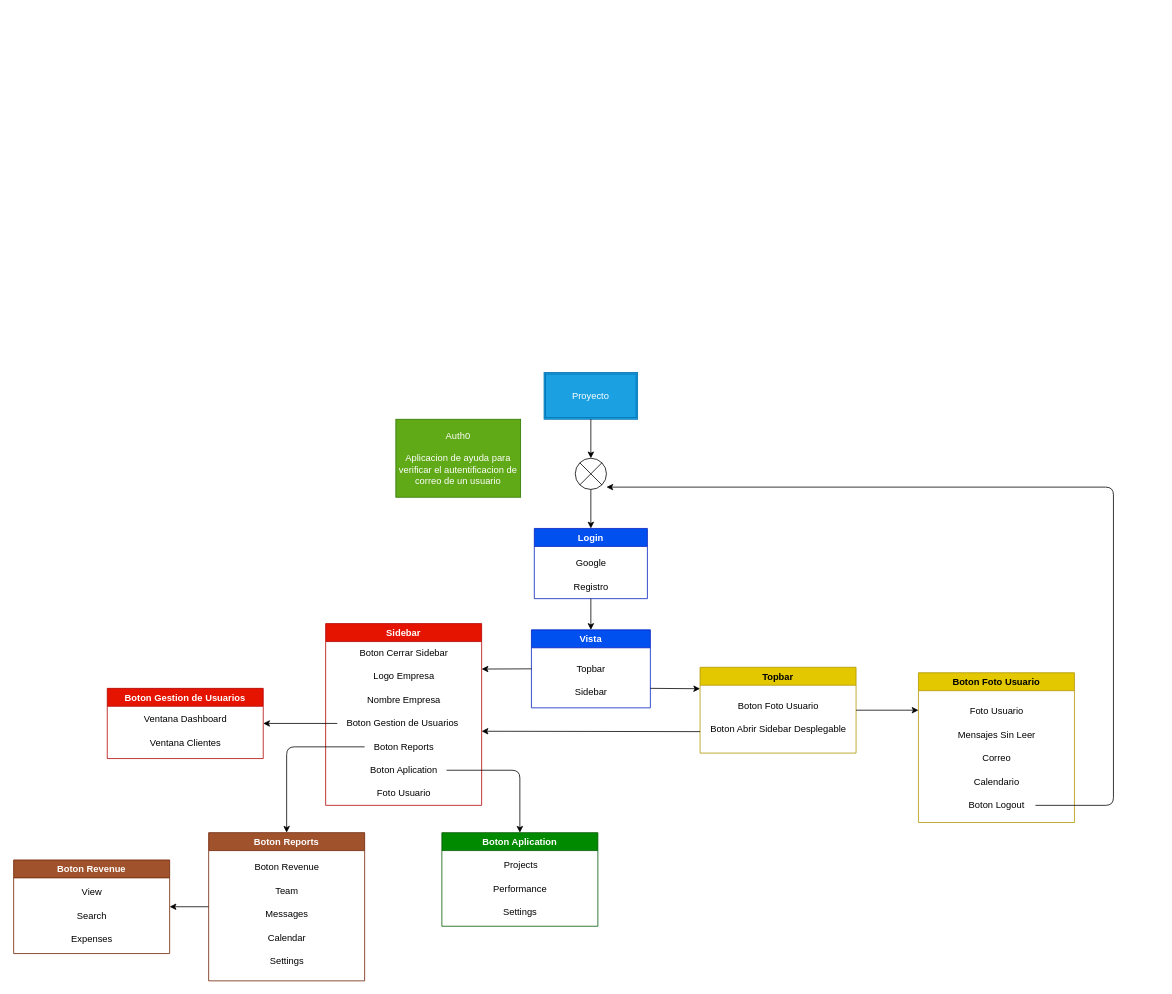
This is OneDrive/Escritorio/proyecto-cmd/Mapa/Estructura.drawio from blue1708/proyecto-crm, a draw.io file, before an edit. Source tidied: cells renumbered, new cells numbered last; positions are measured from the earlier drawing's top-left corner, leaving out a move shared by most shapes. Both pictures are drawn from the tidied source at 78%, with x=0, y=0 at pixel (13, 372).
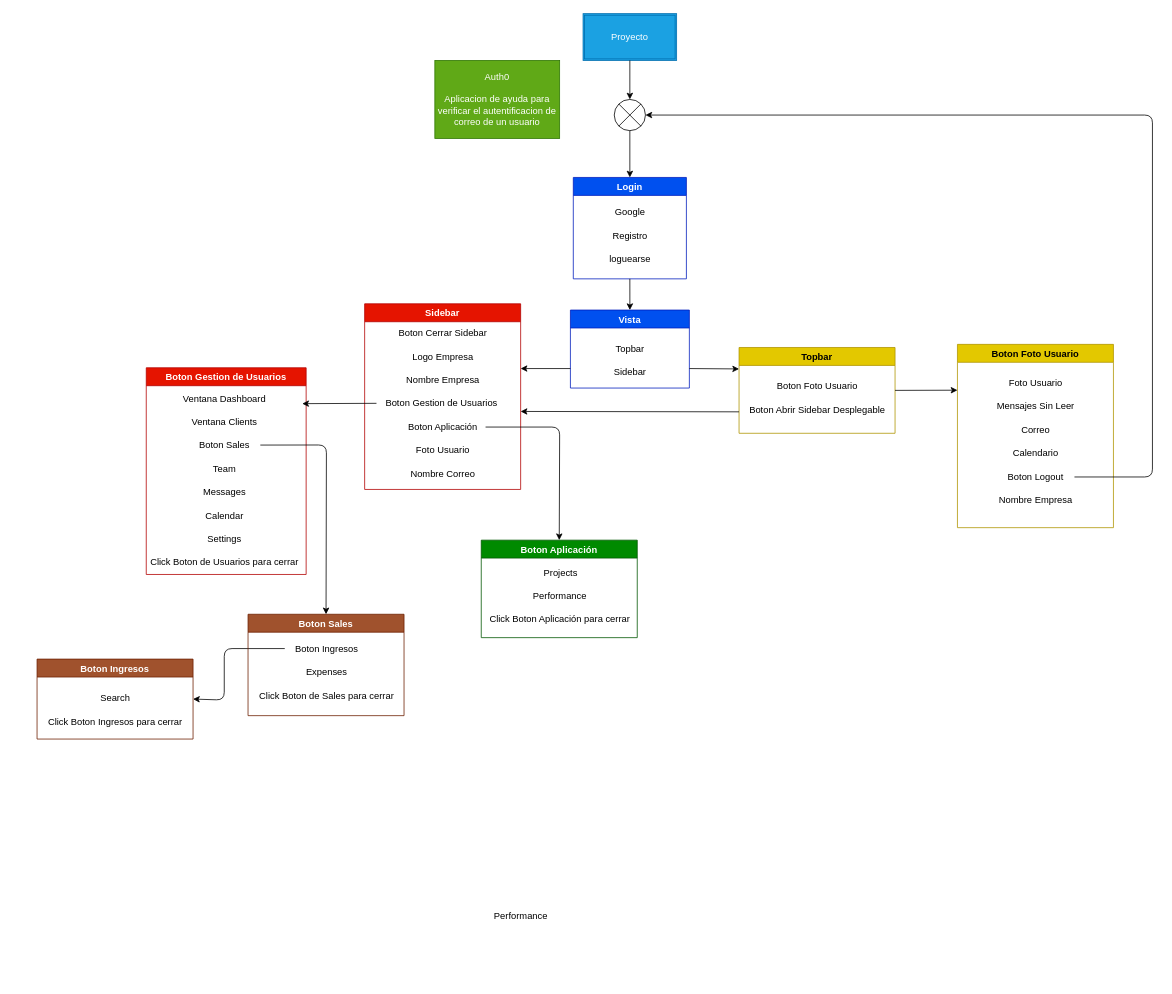
Above is the later version.

Unchanged cells that the change refers to:
```xml
<mxCell id="20" value="Boton Gestion de Usuarios&amp;nbsp;" style="text;html=1;align=center;verticalAlign=middle;points=[];strokeColor=none;fillColor=none;" parent="17" vertex="1">
  <mxGeometry x="15" y="113" width="170" height="30" as="geometry" />
</mxCell>
<mxCell id="32" value="Boton Logout" style="text;html=1;align=center;verticalAlign=middle;points=[];strokeColor=none;fillColor=none;" parent="27" vertex="1">
  <mxGeometry x="50" y="155" width="100" height="30" as="geometry" />
</mxCell>
```

What changed in the source:
```diff
@@
     <mxCell id="2" style="shape=sumEllipse;perimeter=ellipsePerimeter;whiteSpace=wrap;html=1;backgroundOutline=1;" parent="1" vertex="1">
-      <mxGeometry x="720" y="110" width="40" height="40" as="geometry" />
+      <mxGeometry x="770" y="-350" width="40" height="40" as="geometry" />
     </mxCell>
     <mxCell id="3" value="Proyecto" style="shape=ext;double=1;rounded=0;whiteSpace=wrap;html=1;fillColor=#1ba1e2;fontColor=#ffffff;strokeColor=#006EAF;" parent="1" vertex="1">
-      <mxGeometry x="680" width="120" height="60" as="geometry" />
+      <mxGeometry x="730" y="-460" width="120" height="60" as="geometry" />
     </mxCell>
-    <mxCell id="4" style="endArrow=classic;html=1;entryX=0.5;entryY=0;entryDx=0;entryDy=0;" parent="1" edge="1" source="3" target="2">
-      <mxGeometry relative="1" as="geometry" />
+    <mxCell id="4" style="endArrow=classic;html=1;entryX=0.5;entryY=0;entryDx=0;entryDy=0;" parent="1" edge="1" target="2">
+      <mxGeometry relative="1" as="geometry">
+        <mxPoint x="790" y="-400" as="sourcePoint" />
+      </mxGeometry>
     </mxCell>
     <mxCell id="5" value="Login" style="swimlane;fillColor=#0050ef;fontColor=#ffffff;strokeColor=#001DBC;startSize=23;" parent="1" vertex="1">
-      <mxGeometry x="667.5" y="200" width="145" height="90" as="geometry" />
+      <mxGeometry x="717.5" y="-250" width="145" height="130" as="geometry" />
     </mxCell>
@@
+    <mxCell id="57" value="loguearse" style="text;html=1;align=center;verticalAlign=middle;strokeColor=none;fillColor=none;" parent="5" vertex="1">
+      <mxGeometry x="32.5" y="90" width="80" height="30" as="geometry" />
+    </mxCell>
@@
     <mxCell id="9" value="Vista" style="swimlane;fillColor=#0050ef;fontColor=#ffffff;strokeColor=#001DBC;" parent="1" vertex="1">
-      <mxGeometry x="663.8" y="330" width="152.5" height="100" as="geometry" />
+      <mxGeometry x="713.8" y="-80" width="152.5" height="100" as="geometry" />
     </mxCell>
@@
     <mxCell id="12" value="Auth0&lt;br&gt;&lt;br&gt;Aplicacion de ayuda para verificar el autentificacion de correo de un usuario" style="rounded=0;whiteSpace=wrap;html=1;fillColor=#60a917;fontColor=#ffffff;strokeColor=#2D7600;" parent="1" vertex="1">
-      <mxGeometry x="490" y="60" width="160" height="100" as="geometry" />
+      <mxGeometry x="540" y="-400" width="160" height="100" as="geometry" />
     </mxCell>
     <mxCell id="13" value="Sidebar" style="text;html=1;align=center;verticalAlign=middle;strokeColor=none;fillColor=none;" parent="1" vertex="1">
-      <mxGeometry x="705" y="395" width="70" height="30" as="geometry" />
+      <mxGeometry x="755" y="-15" width="70" height="30" as="geometry" />
     </mxCell>
     <mxCell id="14" value="Topbar" style="swimlane;fillColor=#e3c800;fontColor=#000000;strokeColor=#B09500;" parent="1" vertex="1">
-      <mxGeometry x="880" y="378" width="200" height="110" as="geometry" />
+      <mxGeometry x="930" y="-32" width="200" height="110" as="geometry" />
     </mxCell>
@@
     <mxCell id="17" value="Sidebar" style="swimlane;fillColor=#e51400;fontColor=#ffffff;strokeColor=#B20000;" parent="1" vertex="1">
-      <mxGeometry x="400" y="322" width="200" height="233" as="geometry" />
+      <mxGeometry x="450" y="-88" width="200" height="238" as="geometry" />
     </mxCell>
     <mxCell id="18" value="Foto Usuario" style="text;html=1;align=center;verticalAlign=middle;strokeColor=none;fillColor=none;" parent="17" vertex="1">
-      <mxGeometry x="55" y="203" width="90" height="30" as="geometry" />
+      <mxGeometry x="55" y="173" width="90" height="30" as="geometry" />
     </mxCell>
@@
-    <mxCell id="21" value="Boton Reports" style="text;html=1;align=center;verticalAlign=middle;points=[];strokeColor=none;fillColor=none;" parent="17" vertex="1">
-      <mxGeometry x="50" y="143" width="100" height="30" as="geometry" />
-    </mxCell>
-    <mxCell id="22" value="Boton Aplication" style="text;html=1;align=center;verticalAlign=middle;points=[];strokeColor=none;fillColor=none;" parent="17" vertex="1">
-      <mxGeometry x="45" y="173" width="110" height="30" as="geometry" />
+    <mxCell id="22" value="Boton Aplicación" style="text;html=1;align=center;verticalAlign=middle;points=[];strokeColor=none;fillColor=none;" parent="17" vertex="1">
+      <mxGeometry x="45" y="143" width="110" height="30" as="geometry" />
     </mxCell>
@@
+    <mxCell id="58" value="Nombre Correo" style="text;html=1;align=center;verticalAlign=middle;strokeColor=none;fillColor=none;" parent="17" vertex="1">
+      <mxGeometry x="45" y="203" width="110" height="30" as="geometry" />
+    </mxCell>
-    <mxCell id="25" style="endArrow=classic;html=1;exitX=0;exitY=0.5;exitDx=0;exitDy=0;entryX=1;entryY=0.25;entryDx=0;entryDy=0;" parent="1" edge="1" source="9" target="17">
-      <mxGeometry relative="1" as="geometry" />
+    <mxCell id="25" style="endArrow=classic;html=1;exitX=0;exitY=0.75;exitDx=0;exitDy=0;" parent="1" edge="1" source="9">
+      <mxGeometry relative="1" as="geometry">
+        <mxPoint x="650" y="-5" as="targetPoint" />
+      </mxGeometry>
     </mxCell>
@@
     <mxCell id="27" value="Boton Foto Usuario" style="swimlane;fillColor=#e3c800;fontColor=#000000;strokeColor=#B09500;startSize=23;" parent="1" vertex="1">
-      <mxGeometry x="1160" y="385" width="200" height="192" as="geometry" />
+      <mxGeometry x="1210" y="-36" width="200" height="235" as="geometry" />
     </mxCell>
@@
+    <mxCell id="59" value="Nombre Empresa" style="text;html=1;align=center;verticalAlign=middle;strokeColor=none;fillColor=none;" parent="27" vertex="1">
+      <mxGeometry x="40" y="185" width="120" height="30" as="geometry" />
+    </mxCell>
@@
-    <mxCell id="34" style="edgeStyle=none;html=1;entryX=1;entryY=0.5;entryDx=0;entryDy=0;" parent="1" edge="1" source="32">
+    <mxCell id="34" style="edgeStyle=none;html=1;entryX=1;entryY=0.5;entryDx=0;entryDy=0;" parent="1" edge="1" source="32" target="2">
       <mxGeometry relative="1" as="geometry">
-        <mxPoint x="760" y="147" as="targetPoint" />
         <Array as="points">
-          <mxPoint x="1410" y="555" />
-          <mxPoint x="1410" y="147" />
+          <mxPoint x="1460" y="134" />
+          <mxPoint x="1460" y="-330" />
         </Array>
       </mxGeometry>
     </mxCell>
     <mxCell id="35" value="Boton Gestion de Usuarios" style="swimlane;fillColor=#e51400;fontColor=#ffffff;strokeColor=#B20000;" parent="1" vertex="1">
-      <mxGeometry x="120" y="405" width="200" height="90" as="geometry" />
+      <mxGeometry x="170" y="-6" width="205" height="265" as="geometry" />
     </mxCell>
@@
-    <mxCell id="37" value="Ventana Clientes" style="text;html=1;align=center;verticalAlign=middle;strokeColor=none;fillColor=none;" parent="35" vertex="1">
+    <mxCell id="37" value="Ventana Clients" style="text;html=1;align=center;verticalAlign=middle;strokeColor=none;fillColor=none;" parent="35" vertex="1">
       <mxGeometry x="45" y="55" width="110" height="30" as="geometry" />
     </mxCell>
+    <mxCell id="60" value="Boton Sales" style="text;html=1;align=center;verticalAlign=middle;points=[];strokeColor=none;fillColor=none;" parent="35" vertex="1">
+      <mxGeometry x="55" y="85" width="90" height="30" as="geometry" />
+    </mxCell>
+    <mxCell id="42" value="Team" style="text;html=1;align=center;verticalAlign=middle;strokeColor=none;fillColor=none;" parent="35" vertex="1">
+      <mxGeometry x="75" y="115" width="50" height="30" as="geometry" />
+    </mxCell>
+    <mxCell id="43" value="Messages" style="text;html=1;align=center;verticalAlign=middle;strokeColor=none;fillColor=none;" parent="35" vertex="1">
+      <mxGeometry x="60" y="145" width="80" height="30" as="geometry" />
+    </mxCell>
+    <mxCell id="44" value="Calendar" style="text;html=1;align=center;verticalAlign=middle;strokeColor=none;fillColor=none;" parent="35" vertex="1">
+      <mxGeometry x="65" y="175" width="70" height="30" as="geometry" />
+    </mxCell>
+    <mxCell id="45" value="Settings" style="text;html=1;align=center;verticalAlign=middle;strokeColor=none;fillColor=none;" parent="35" vertex="1">
+      <mxGeometry x="65" y="205" width="70" height="30" as="geometry" />
+    </mxCell>
+    <mxCell id="61" value="Click Boton de Usuarios para cerrar" style="text;html=1;align=center;verticalAlign=middle;strokeColor=none;fillColor=none;" parent="35" vertex="1">
+      <mxGeometry x="-5" y="235" width="210" height="30" as="geometry" />
+    </mxCell>
-    <mxCell id="38" style="edgeStyle=none;html=1;entryX=1;entryY=0.5;entryDx=0;entryDy=0;" parent="1" edge="1" source="20" target="35">
-      <mxGeometry relative="1" as="geometry" />
+    <mxCell id="38" style="edgeStyle=none;html=1;exitX=0.001;exitY=0.486;exitDx=0;exitDy=0;exitPerimeter=0;" parent="1" edge="1" source="20">
+      <mxGeometry relative="1" as="geometry">
+        <mxPoint x="370" y="40" as="targetPoint" />
+      </mxGeometry>
     </mxCell>
-    <mxCell id="39" style="edgeStyle=none;html=1;entryX=1;entryY=0.5;entryDx=0;entryDy=0;" parent="1" edge="1" source="40" target="47">
-      <mxGeometry relative="1" as="geometry" />
+    <mxCell id="39" style="edgeStyle=none;html=1;entryX=1;entryY=0.5;entryDx=0;entryDy=0;exitX=-0.029;exitY=0.467;exitDx=0;exitDy=0;exitPerimeter=0;" parent="1" edge="1" source="41" target="47">
+      <mxGeometry relative="1" as="geometry">
+        <Array as="points">
+          <mxPoint x="270" y="354" />
+          <mxPoint x="270" y="420" />
+        </Array>
+      </mxGeometry>
     </mxCell>
-    <mxCell id="40" value="Boton Reports" style="swimlane;fillColor=#a0522d;fontColor=#ffffff;strokeColor=#6D1F00;" parent="1" vertex="1">
-      <mxGeometry x="250" y="590" width="200" height="190" as="geometry" />
+    <mxCell id="40" value="Boton Sales" style="swimlane;fillColor=#a0522d;fontColor=#ffffff;strokeColor=#6D1F00;" parent="1" vertex="1">
+      <mxGeometry x="300.5" y="310" width="200" height="130" as="geometry" />
     </mxCell>
-    <mxCell id="41" value="Boton Revenue" style="text;html=1;align=center;verticalAlign=middle;points=[];strokeColor=none;fillColor=none;" parent="40" vertex="1">
-      <mxGeometry x="45" y="30" width="110" height="30" as="geometry" />
+    <mxCell id="41" value="Boton Ingresos" style="text;html=1;align=center;verticalAlign=middle;points=[];strokeColor=none;fillColor=none;" parent="40" vertex="1">
+      <mxGeometry x="50" y="30" width="100" height="30" as="geometry" />
     </mxCell>
-    <mxCell id="42" value="Team" style="text;html=1;align=center;verticalAlign=middle;strokeColor=none;fillColor=none;" parent="40" vertex="1">
-      <mxGeometry x="75" y="60" width="50" height="30" as="geometry" />
-    </mxCell>
-    <mxCell id="43" value="Messages" style="text;html=1;align=center;verticalAlign=middle;strokeColor=none;fillColor=none;" parent="40" vertex="1">
-      <mxGeometry x="60" y="90" width="80" height="30" as="geometry" />
-    </mxCell>
-    <mxCell id="44" value="Calendar" style="text;html=1;align=center;verticalAlign=middle;strokeColor=none;fillColor=none;" parent="40" vertex="1">
-      <mxGeometry x="65" y="120" width="70" height="30" as="geometry" />
-    </mxCell>
-    <mxCell id="45" value="Settings" style="text;html=1;align=center;verticalAlign=middle;strokeColor=none;fillColor=none;" parent="40" vertex="1">
-      <mxGeometry x="65" y="150" width="70" height="30" as="geometry" />
-    </mxCell>
+    <mxCell id="50" value="Expenses" style="text;html=1;align=center;verticalAlign=middle;strokeColor=none;fillColor=none;" parent="40" vertex="1">
+      <mxGeometry x="60" y="60" width="80" height="30" as="geometry" />
+    </mxCell>
+    <mxCell id="62" value="Click Boton de Sales para cerrar" style="text;html=1;align=center;verticalAlign=middle;strokeColor=none;fillColor=none;" parent="40" vertex="1">
+      <mxGeometry y="90" width="200" height="30" as="geometry" />
+    </mxCell>
-    <mxCell id="46" style="edgeStyle=none;html=1;entryX=0.5;entryY=0;entryDx=0;entryDy=0;" parent="1" edge="1" source="21" target="40">
+    <mxCell id="46" style="edgeStyle=none;html=1;entryX=0.5;entryY=0;entryDx=0;entryDy=0;exitX=1.014;exitY=0.47;exitDx=0;exitDy=0;exitPerimeter=0;" parent="1" edge="1" source="60" target="40">
       <mxGeometry relative="1" as="geometry">
         <Array as="points">
-          <mxPoint x="350" y="480" />
+          <mxPoint x="401" y="93" />
         </Array>
       </mxGeometry>
     </mxCell>
-    <mxCell id="47" value="Boton Revenue" style="swimlane;fillColor=#a0522d;fontColor=#ffffff;strokeColor=#6D1F00;" parent="1" vertex="1">
-      <mxGeometry y="625" width="200" height="120" as="geometry" />
+    <mxCell id="47" value="Boton Ingresos" style="swimlane;fillColor=#a0522d;fontColor=#ffffff;strokeColor=#6D1F00;" parent="1" vertex="1">
+      <mxGeometry x="30" y="367.5" width="200" height="102.5" as="geometry" />
     </mxCell>
-    <mxCell id="48" value="View" style="text;html=1;align=center;verticalAlign=middle;strokeColor=none;fillColor=none;" parent="47" vertex="1">
-      <mxGeometry x="75" y="27" width="50" height="30" as="geometry" />
-    </mxCell>
     <mxCell id="49" value="Search" style="text;html=1;align=center;verticalAlign=middle;strokeColor=none;fillColor=none;" parent="47" vertex="1">
-      <mxGeometry x="70" y="57" width="60" height="30" as="geometry" />
+      <mxGeometry x="70" y="35" width="60" height="30" as="geometry" />
     </mxCell>
-    <mxCell id="50" value="Expenses" style="text;html=1;align=center;verticalAlign=middle;strokeColor=none;fillColor=none;" parent="47" vertex="1">
-      <mxGeometry x="60" y="87" width="80" height="30" as="geometry" />
-    </mxCell>
+    <mxCell id="63" value="Click Boton Ingresos para cerrar" style="text;html=1;align=center;verticalAlign=middle;strokeColor=none;fillColor=none;" parent="47" vertex="1">
+      <mxGeometry y="65" width="200" height="30" as="geometry" />
+    </mxCell>
-    <mxCell id="51" value="Boton Aplication" style="swimlane;fillColor=#008a00;fontColor=#ffffff;strokeColor=#005700;" parent="1" vertex="1">
-      <mxGeometry x="549" y="590" width="200" height="120" as="geometry" />
+    <mxCell id="51" value="Boton Aplicación" style="swimlane;fillColor=#008a00;fontColor=#ffffff;strokeColor=#005700;" parent="1" vertex="1">
+      <mxGeometry x="599.5" y="215" width="200" height="125" as="geometry" />
     </mxCell>
@@
-    <mxCell id="54" value="Settings" style="text;html=1;align=center;verticalAlign=middle;strokeColor=none;fillColor=none;" parent="51" vertex="1">
-      <mxGeometry x="65" y="87" width="70" height="30" as="geometry" />
-    </mxCell>
+    <mxCell id="64" value="Click Boton Aplicación para cerrar" style="text;html=1;align=center;verticalAlign=middle;strokeColor=none;fillColor=none;" parent="51" vertex="1">
+      <mxGeometry y="87" width="200" height="30" as="geometry" />
+    </mxCell>
     <mxCell id="55" style="edgeStyle=none;html=1;entryX=0.5;entryY=0;entryDx=0;entryDy=0;" parent="1" edge="1" source="22" target="51">
       <mxGeometry relative="1" as="geometry">
         <Array as="points">
-          <mxPoint x="649" y="510" />
+          <mxPoint x="700" y="70" />
         </Array>
       </mxGeometry>
     </mxCell>
     <mxCell id="56" style="endArrow=classic;html=1;exitX=0;exitY=0.75;exitDx=0;exitDy=0;" parent="1" edge="1" source="14">
       <mxGeometry relative="1" as="geometry">
-        <mxPoint x="600" y="460" as="targetPoint" />
+        <mxPoint x="650" y="50" as="targetPoint" />
       </mxGeometry>
     </mxCell>
+    <mxCell id="65" value="Performance" style="text;html=1;align=center;verticalAlign=middle;strokeColor=none;fillColor=none;" parent="1" vertex="1">
+      <mxGeometry x="604.5" y="682" width="90" height="30" as="geometry" />
+    </mxCell>
```
